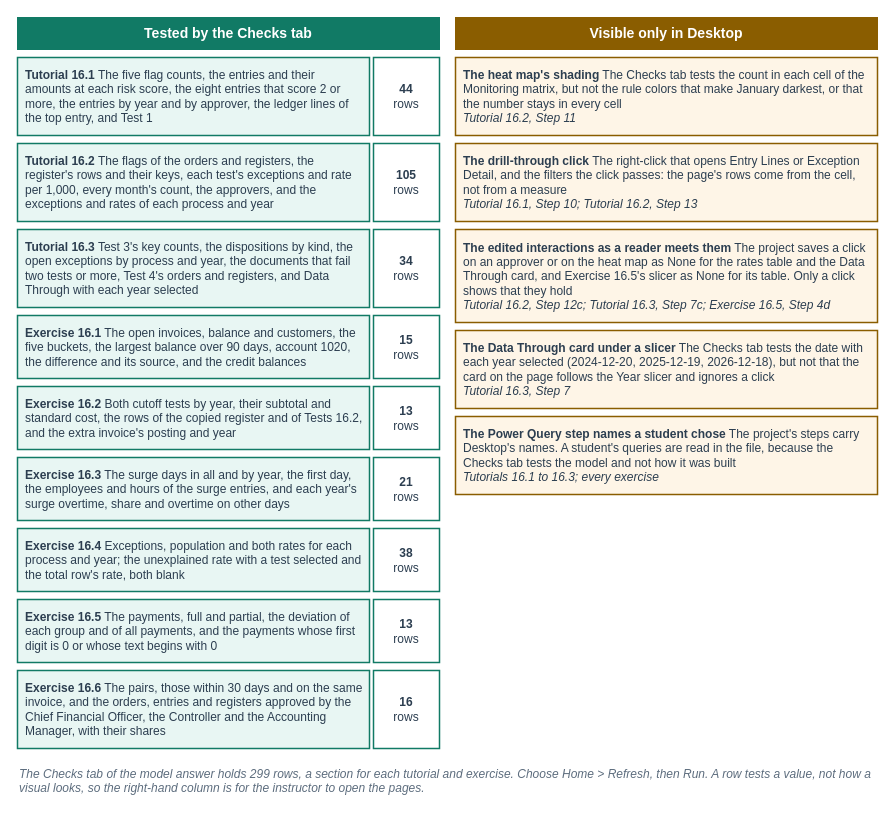
mmcodesso/Accounting_Analytics_Book keeps this draw.io diagram as facts/instructor/figures/chapter-16-audit-monitoring/IF-16-0-C.drawio. Above is the earlier version. Source tidied: cells renumbered, new cells numbered last; positions are measured from the earlier drawing's top-left corner, leaving out a move shared by most shapes. Both pictures are drawn from the tidied source at 100%, with x=0, y=0 at pixel (17, 17).
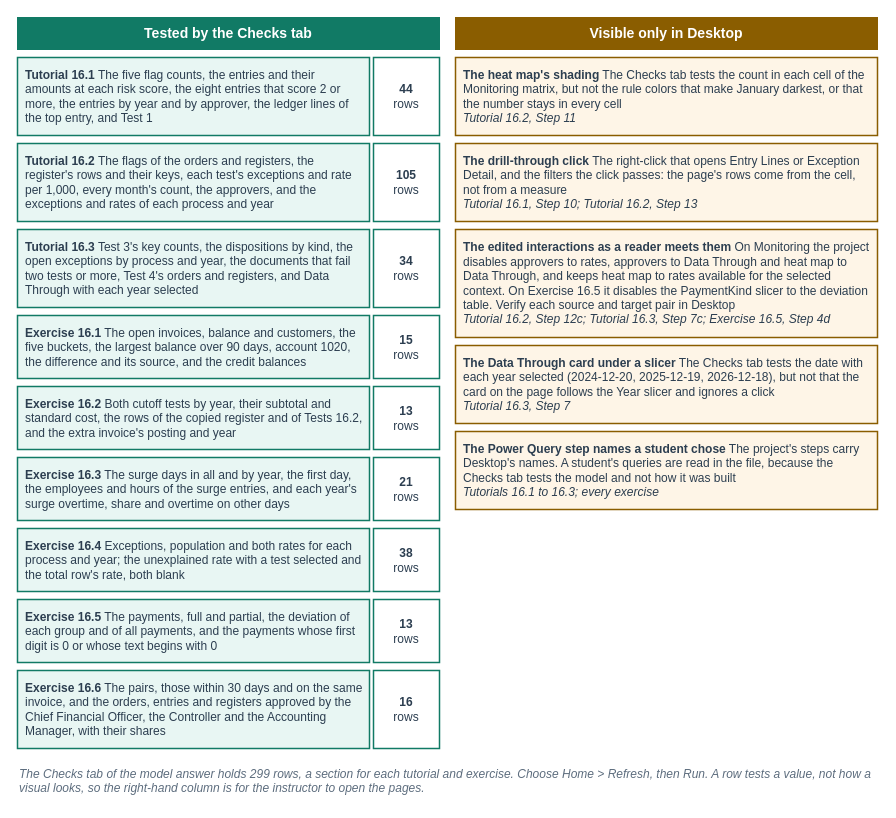
Above is the later version.

Change to the diagram source:
```diff
@@
-    <mxCell id="25" value="&lt;b&gt;The edited interactions as a reader meets them&lt;/b&gt; The project saves a click on an approver or on the heat map as None for the rates table and the Data Through card, and Exercise&amp;nbsp;16.5's slicer as None for its table. Only a click shows that they hold&lt;br&gt;&lt;i&gt;Tutorial&amp;nbsp;16.2, Step&amp;nbsp;12c; Tutorial&amp;nbsp;16.3, Step&amp;nbsp;7c; Exercise&amp;nbsp;16.5, Step&amp;nbsp;4d&lt;/i&gt;" style="rounded=0;arcSize=6;whiteSpace=wrap;html=1;fillColor=#FEF5E7;strokeColor=#8A5D00;strokeWidth=1.5;fontColor=#2C3E50;fontSize=12;fontStyle=0;align=left;verticalAlign=middle;fontFamily=Helvetica;spacingLeft=6;spacingRight=6;" parent="1" vertex="1">
-      <mxGeometry x="438" y="212" width="422" height="93" as="geometry" />
+    <mxCell id="25" value="&lt;b&gt;The edited interactions as a reader meets them&lt;/b&gt; On Monitoring the project disables approvers to rates, approvers to Data Through and heat map to Data Through, and keeps heat map to rates available for the selected context. On Exercise&amp;nbsp;16.5 it disables the PaymentKind slicer to the deviation table. Verify each source and target pair in Desktop&lt;br&gt;&lt;i&gt;Tutorial&amp;nbsp;16.2, Step&amp;nbsp;12c; Tutorial&amp;nbsp;16.3, Step&amp;nbsp;7c; Exercise&amp;nbsp;16.5, Step&amp;nbsp;4d&lt;/i&gt;" style="rounded=0;arcSize=6;whiteSpace=wrap;html=1;fillColor=#FEF5E7;strokeColor=#8A5D00;strokeWidth=1.5;fontColor=#2C3E50;fontSize=12;fontStyle=0;align=left;verticalAlign=middle;fontFamily=Helvetica;spacingLeft=6;spacingRight=6;" parent="1" vertex="1">
+      <mxGeometry x="438" y="212" width="422" height="108" as="geometry" />
     </mxCell>
     <mxCell id="26" value="&lt;b&gt;The Data Through card under a slicer&lt;/b&gt; The Checks tab tests the date with each year selected (2024-12-20, 2025-12-19, 2026-12-18), but not that the card on the page follows the Year slicer and ignores a click&lt;br&gt;&lt;i&gt;Tutorial&amp;nbsp;16.3, Step&amp;nbsp;7&lt;/i&gt;" style="rounded=0;arcSize=6;whiteSpace=wrap;html=1;fillColor=#FEF5E7;strokeColor=#8A5D00;strokeWidth=1.5;fontColor=#2C3E50;fontSize=12;fontStyle=0;align=left;verticalAlign=middle;fontFamily=Helvetica;spacingLeft=6;spacingRight=6;" parent="1" vertex="1">
-      <mxGeometry x="438" y="313" width="422" height="78" as="geometry" />
+      <mxGeometry x="438" y="328" width="422" height="78" as="geometry" />
     </mxCell>
     <mxCell id="27" value="&lt;b&gt;The Power Query step names a student chose&lt;/b&gt; The project's steps carry Desktop's names. A student's queries are read in the file, because the Checks tab tests the model and not how it was built&lt;br&gt;&lt;i&gt;Tutorials 16.1 to 16.3; every exercise&lt;/i&gt;" style="rounded=0;arcSize=6;whiteSpace=wrap;html=1;fillColor=#FEF5E7;strokeColor=#8A5D00;strokeWidth=1.5;fontColor=#2C3E50;fontSize=12;fontStyle=0;align=left;verticalAlign=middle;fontFamily=Helvetica;spacingLeft=6;spacingRight=6;" parent="1" vertex="1">
-      <mxGeometry x="438" y="399" width="422" height="78" as="geometry" />
+      <mxGeometry x="438" y="414" width="422" height="78" as="geometry" />
     </mxCell>
```
